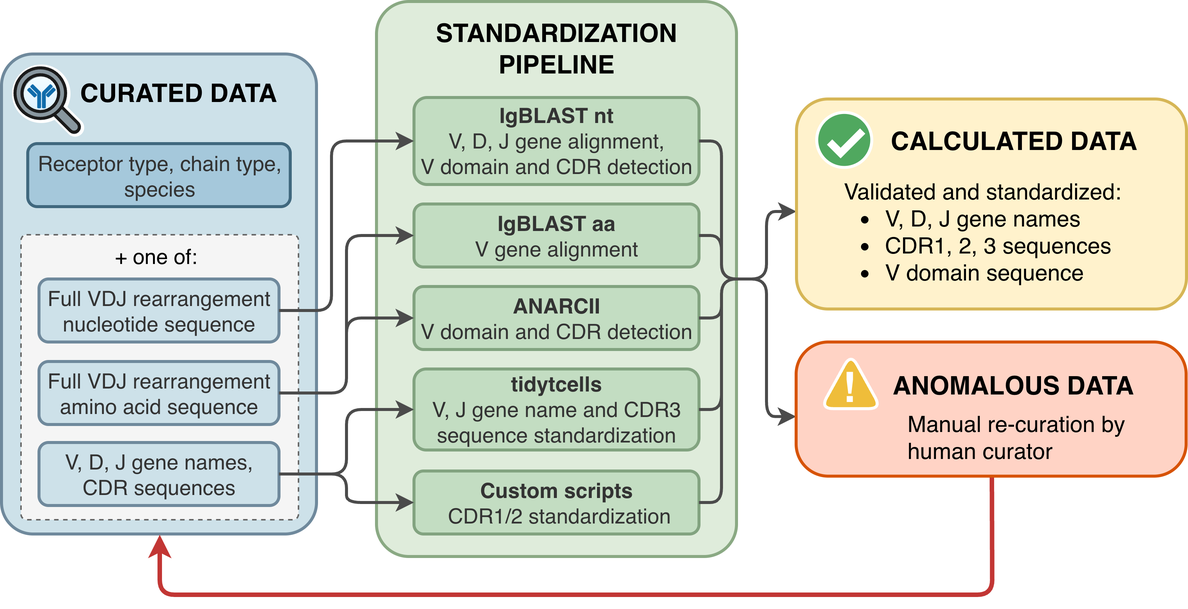
Above: pipeline_overview.png in LonnekeScheffer/IEDB_Receptor_Pipeline (draw.io), before the change. Source tidied: cells renumbered, new cells last; positions are measured from the earlier drawing's top-left corner, leaving out a move shared by most shapes.
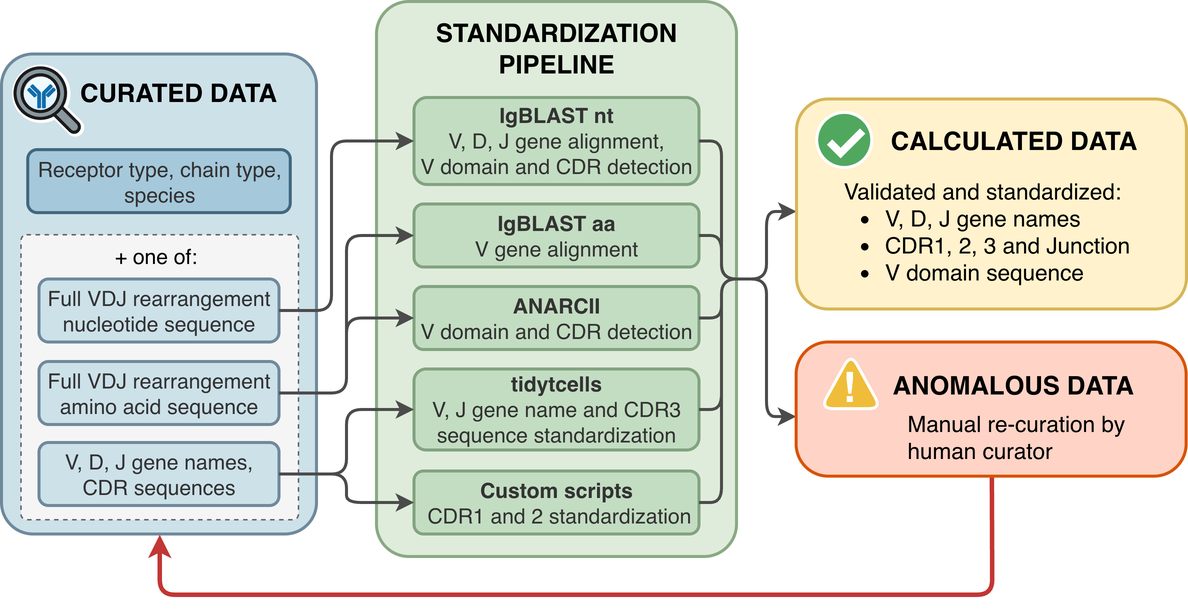
Above is the later version.

Diff of the diagram source:
```diff
@@ -68,7 +68,7 @@
       <mxGeometry x="25" y="294" width="160" height="42" as="geometry" />
     </mxCell>
     <mxCell id="17" value="Receptor type, chain type, species" style="rounded=1;whiteSpace=wrap;html=1;fillColor=light-dark(#A5C8DB,#EDEDED);fontColor=#333333;strokeColor=light-dark(#40687E,#EDEDED);fontSize=14;strokeWidth=2;" parent="1" vertex="1">
-      <mxGeometry x="17.5" y="94.8" width="175" height="42" as="geometry" />
+      <mxGeometry x="17.5" y="98.8" width="175" height="42" as="geometry" />
     </mxCell>
     <mxCell id="18" value="+ one of:" style="text;html=1;align=center;verticalAlign=middle;whiteSpace=wrap;rounded=0;fontSize=14;" parent="1" vertex="1">
       <mxGeometry x="72.5" y="155" width="60" height="30" as="geometry" />
@@ -180,7 +180,7 @@
     <mxCell id="45" value="&lt;div&gt;Manual re-curation by&amp;nbsp;&lt;/div&gt;&lt;div&gt;human curator&lt;/div&gt;" style="text;html=1;align=left;verticalAlign=middle;whiteSpace=wrap;rounded=0;fontSize=15;" parent="37" vertex="1">
       <mxGeometry x="71.8" y="214.9" width="159.2" height="19.9" as="geometry" />
     </mxCell>
-    <mxCell id="46" value="&lt;ul&gt;&lt;li style=&quot;&quot;&gt;&lt;span style=&quot;background-color: transparent; color: light-dark(rgb(0, 0, 0), rgb(255, 255, 255));&quot;&gt;V, D, J gene names&lt;/span&gt;&lt;/li&gt;&lt;li&gt;CDR1, 2, 3 sequences&lt;/li&gt;&lt;li&gt;&lt;span style=&quot;background-color: transparent; color: light-dark(rgb(0, 0, 0), rgb(255, 255, 255));&quot;&gt;V domain sequence&lt;/span&gt;&lt;/li&gt;&lt;/ul&gt;" style="text;html=1;align=left;verticalAlign=middle;whiteSpace=wrap;rounded=0;fontSize=15;" parent="37" vertex="1">
+    <mxCell id="46" value="&lt;ul&gt;&lt;li style=&quot;&quot;&gt;&lt;span style=&quot;background-color: transparent; color: light-dark(rgb(0, 0, 0), rgb(255, 255, 255));&quot;&gt;V, D, J gene names&lt;/span&gt;&lt;/li&gt;&lt;li&gt;CDR1, 2, 3 and Junction&lt;/li&gt;&lt;li&gt;&lt;span style=&quot;background-color: transparent; color: light-dark(rgb(0, 0, 0), rgb(255, 255, 255));&quot;&gt;V domain sequence&lt;/span&gt;&lt;/li&gt;&lt;/ul&gt;" style="text;html=1;align=left;verticalAlign=middle;whiteSpace=wrap;rounded=0;fontSize=15;" parent="37" vertex="1">
       <mxGeometry x="17.2" y="48.8" width="232" height="95.4" as="geometry" />
     </mxCell>
     <mxCell id="47" value="&lt;font&gt;Validated and standardized:&lt;/font&gt;" style="text;html=1;align=center;verticalAlign=middle;whiteSpace=wrap;rounded=0;fontSize=15;" parent="37" vertex="1">
@@ -195,7 +195,7 @@
     <mxCell id="50" value="&lt;font style=&quot;font-size: 28px;&quot;&gt;!&lt;/font&gt;" style="text;html=1;align=center;verticalAlign=middle;whiteSpace=wrap;rounded=0;fontColor=#FFFFFF;fontSize=34;fontStyle=1;" parent="48" vertex="1">
       <mxGeometry x="10.5" y="13.6" width="19.7" height="23.7" as="geometry" />
     </mxCell>
-    <mxCell id="51" value="&lt;b&gt;Custom scripts&lt;/b&gt;&lt;div&gt;&amp;nbsp;CDR1/2 standardization&lt;/div&gt;" style="rounded=1;whiteSpace=wrap;html=1;fillColor=light-dark(#c3ddc2, #1a1a1a);fontColor=#333333;strokeColor=light-dark(#82a380, #959595);fontSize=14;strokeWidth=2;" parent="1" vertex="1">
+    <mxCell id="51" value="&lt;b&gt;Custom scripts&lt;/b&gt;&lt;div&gt;&amp;nbsp;CDR1 and 2 standardization&lt;/div&gt;" style="rounded=1;whiteSpace=wrap;html=1;fillColor=light-dark(#c3ddc2, #1a1a1a);fontColor=#333333;strokeColor=light-dark(#82a380, #959595);fontSize=14;strokeWidth=2;" parent="1" vertex="1">
       <mxGeometry x="275" y="313" width="190" height="42" as="geometry" />
     </mxCell>
     <mxCell id="52" style="edgeStyle=orthogonalEdgeStyle;rounded=1;jettySize=auto;html=1;entryX=0;entryY=0.5;entryDx=0;entryDy=0;strokeWidth=2;curved=0;strokeColor=#4B4B4B;exitX=1;exitY=0.5;exitDx=0;exitDy=0;" parent="1" edge="1" source="16" target="51">
```
